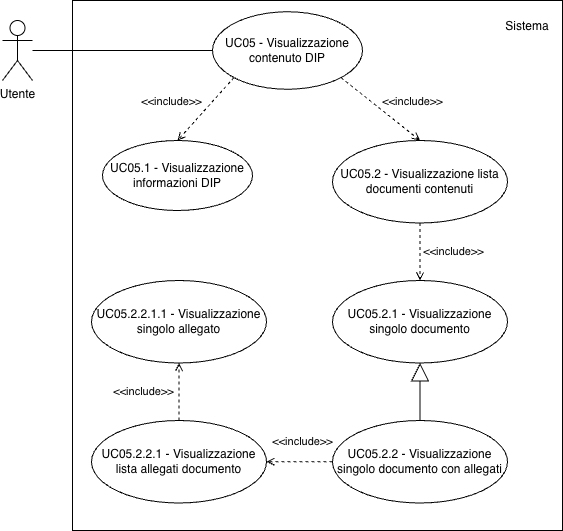
Team-Three-Technologies/Documenti keeps this draw.io diagram as assets/Use_Case_Diagrams/UC05.png. Above is the earlier version. Source tidied: cells renumbered, new cells last; positions are measured from the earlier drawing's top-left corner, leaving out a move shared by most shapes.
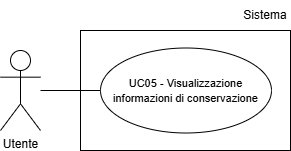
Later version of the same file.

What changed in the source:
```diff
@@ -3,55 +3,19 @@
     <mxCell id="0" />
     <mxCell id="1" parent="0" />
     <mxCell id="2" value="Utente" style="shape=umlActor;verticalLabelPosition=bottom;verticalAlign=top;html=1;outlineConnect=0;" parent="1" vertex="1">
-      <mxGeometry y="20" width="30" height="60" as="geometry" />
+      <mxGeometry x="70" y="100" width="40" height="80" as="geometry" />
     </mxCell>
-    <mxCell id="3" value="UC05 - Visualizzazione contenuto DIP" style="ellipse;whiteSpace=wrap;html=1;" parent="1" vertex="1">
-      <mxGeometry x="210" y="11.2" width="150" height="77.5" as="geometry" />
-    </mxCell>
-    <mxCell id="4" value=" UC05.2.1 - Visualizzazione singolo documento" style="ellipse;whiteSpace=wrap;html=1;" parent="1" vertex="1">
-      <mxGeometry x="330" y="280" width="175" height="82.5" as="geometry" />
-    </mxCell>
-    <mxCell id="5" style="endArrow=none;html=1;rounded=0;entryX=0;entryY=0.5;entryDx=0;entryDy=0;" parent="1" edge="1" source="2" target="3">
-      <mxGeometry relative="1" as="geometry" />
-    </mxCell>
-    <mxCell id="6" value="&amp;lt;&amp;lt;include&amp;gt;&amp;gt;" style="html=1;verticalAlign=bottom;labelBackgroundColor=none;endArrow=open;endFill=0;dashed=1;rounded=0;exitX=1;exitY=1;exitDx=0;exitDy=0;entryX=0.5;entryY=0;entryDx=0;entryDy=0;" parent="1" edge="1" source="3" target="12">
-      <mxGeometry x="0.51" y="19" relative="1" as="geometry" />
-    </mxCell>
-    <mxCell id="7" value="UC05.1 - Visualizzazione informazioni DIP" style="ellipse;whiteSpace=wrap;html=1;" parent="1" vertex="1">
-      <mxGeometry x="100" y="140" width="150" height="70" as="geometry" />
-    </mxCell>
-    <mxCell id="8" value="&amp;lt;&amp;lt;include&amp;gt;&amp;gt;" style="html=1;verticalAlign=bottom;labelBackgroundColor=none;endArrow=open;endFill=0;dashed=1;rounded=0;exitX=0;exitY=1;exitDx=0;exitDy=0;entryX=0.5;entryY=0;entryDx=0;entryDy=0;" parent="1" edge="1" source="3" target="7">
-      <mxGeometry x="0.55" y="-24" relative="1" as="geometry" />
-    </mxCell>
-    <mxCell id="9" value="UC05.2.2 - Visualizzazione singolo documento con allegati" style="ellipse;whiteSpace=wrap;html=1;" parent="1" vertex="1">
-      <mxGeometry x="330" y="420" width="175" height="82.5" as="geometry" />
-    </mxCell>
-    <mxCell id="10" value="UC05.2.2.1 - Visualizzazione lista allegati documento" style="ellipse;whiteSpace=wrap;html=1;" parent="1" vertex="1">
-      <mxGeometry x="89" y="420" width="175" height="82.5" as="geometry" />
-    </mxCell>
-    <mxCell id="11" value="UC05.2.2.1.1 - Visualizzazione singolo allegato" style="ellipse;whiteSpace=wrap;html=1;" parent="1" vertex="1">
-      <mxGeometry x="89" y="280" width="175" height="82.5" as="geometry" />
-    </mxCell>
-    <mxCell id="12" value="UC05.2 - Visualizzazione lista documenti contenuti" style="ellipse;whiteSpace=wrap;html=1;" parent="1" vertex="1">
-      <mxGeometry x="330" y="140" width="175" height="82.5" as="geometry" />
-    </mxCell>
-    <mxCell id="13" value="&amp;lt;&amp;lt;include&amp;gt;&amp;gt;" style="html=1;verticalAlign=bottom;labelBackgroundColor=none;endArrow=open;endFill=0;dashed=1;rounded=0;exitX=0.5;exitY=1;exitDx=0;exitDy=0;entryX=0.5;entryY=0;entryDx=0;entryDy=0;" parent="1" edge="1" source="12" target="4">
-      <mxGeometry x="0.3" y="33" relative="1" as="geometry" />
-    </mxCell>
-    <mxCell id="14" style="endArrow=block;endSize=16;endFill=0;html=1;rounded=0;entryX=0.5;entryY=1;entryDx=0;entryDy=0;exitX=0.5;exitY=0;exitDx=0;exitDy=0;" parent="1" edge="1" source="9" target="4">
-      <mxGeometry relative="1" as="geometry" />
-    </mxCell>
-    <mxCell id="15" value="&amp;lt;&amp;lt;include&amp;gt;&amp;gt;" style="html=1;verticalAlign=bottom;labelBackgroundColor=none;endArrow=open;endFill=0;dashed=1;rounded=0;exitX=0;exitY=0.5;exitDx=0;exitDy=0;entryX=1;entryY=0.5;entryDx=0;entryDy=0;" parent="1" edge="1" source="9" target="10">
-      <mxGeometry x="-0.09" y="-11" relative="1" as="geometry" />
-    </mxCell>
-    <mxCell id="16" value="&amp;lt;&amp;lt;include&amp;gt;&amp;gt;" style="html=1;verticalAlign=bottom;labelBackgroundColor=none;endArrow=open;endFill=0;dashed=1;rounded=0;exitX=0.5;exitY=0;exitDx=0;exitDy=0;entryX=0.5;entryY=1;entryDx=0;entryDy=0;" parent="1" edge="1" source="10" target="11">
-      <mxGeometry x="-0.3" y="36" relative="1" as="geometry" />
-    </mxCell>
-    <mxCell id="17" style="rounded=0;whiteSpace=wrap;html=1;fillColor=none;" parent="1" vertex="1">
-      <mxGeometry x="70" width="490" height="530" as="geometry" />
-    </mxCell>
+    <mxCell id="19" value="&lt;span style=&quot;font-size: 11px;&quot;&gt;UC05 - Visualizzazione informazioni di conservazione&lt;/span&gt;" style="ellipse;whiteSpace=wrap;html=1;" parent="1" vertex="1">
+      <mxGeometry x="170" y="97.5" width="171" height="85" as="geometry" />
+    </mxCell>
+    <mxCell id="20" style="endArrow=none;html=1;rounded=0;entryX=0;entryY=0.5;entryDx=0;entryDy=0;" parent="1" edge="1" source="2" target="19">
+      <mxGeometry relative="1" as="geometry" />
+    </mxCell>
+    <mxCell id="21" style="rounded=0;whiteSpace=wrap;html=1;fillColor=none;" parent="1" vertex="1">
+      <mxGeometry x="150" y="80" width="210" height="120" as="geometry" />
+    </mxCell>
     <mxCell id="18" value="Sistema" style="text;html=1;whiteSpace=wrap;strokeColor=none;fillColor=none;align=center;verticalAlign=middle;rounded=0;" parent="1" vertex="1">
-      <mxGeometry x="500" y="11.2" width="50" height="30" as="geometry" />
+      <mxGeometry x="310" y="50" width="50" height="30" as="geometry" />
     </mxCell>
   </root>
 </mxGraphModel>
```
